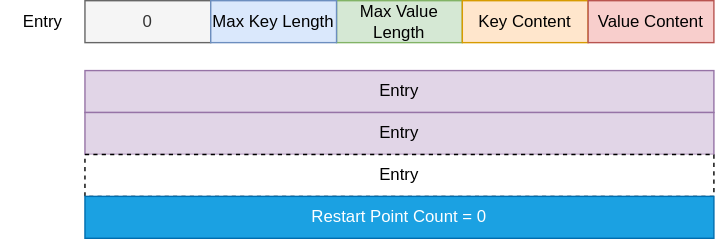
This is levelDB/LevelDB-IndexBlock.drawio.svg from zwangsheng/draw, a draw.io export, as it was before one commit. Source tidied: cells renumbered, new cells last; positions are measured from the earlier drawing's top-left corner, leaving out a move shared by most shapes.
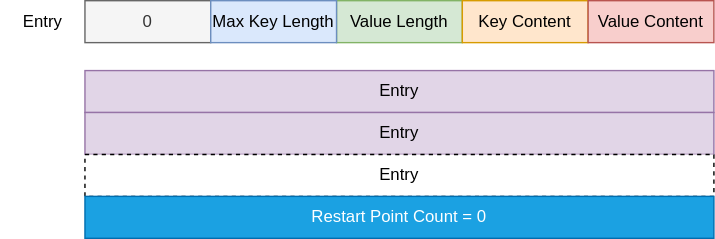
After the change.

The edit, as a diff of the source:
```diff
@@ -5,7 +5,7 @@
     <mxCell id="2" value="0" style="rounded=0;whiteSpace=wrap;html=1;fillColor=#f5f5f5;fontColor=#333333;strokeColor=#666666;" parent="1" vertex="1">
       <mxGeometry x="60" width="90" height="30" as="geometry" />
     </mxCell>
-    <mxCell id="3" value="Max Value Length" style="rounded=0;whiteSpace=wrap;html=1;fillColor=#d5e8d4;strokeColor=#82b366;" parent="1" vertex="1">
+    <mxCell id="3" value="Value Length" style="rounded=0;whiteSpace=wrap;html=1;fillColor=#d5e8d4;strokeColor=#82b366;" parent="1" vertex="1">
       <mxGeometry x="240" width="90" height="30" as="geometry" />
     </mxCell>
     <mxCell id="4" value="Key Content" style="rounded=0;whiteSpace=wrap;html=1;fillColor=#ffe6cc;strokeColor=#d79b00;" parent="1" vertex="1">
```
